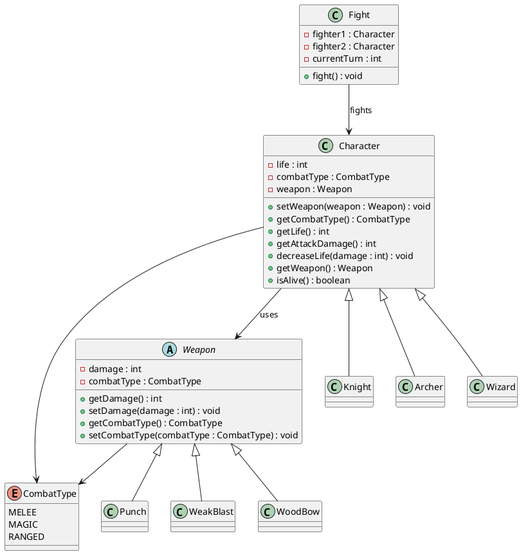
Earlier version of the PlantUML export 3-videogame-with-observer/uml.png (ignacioDias/oo-design-2024).
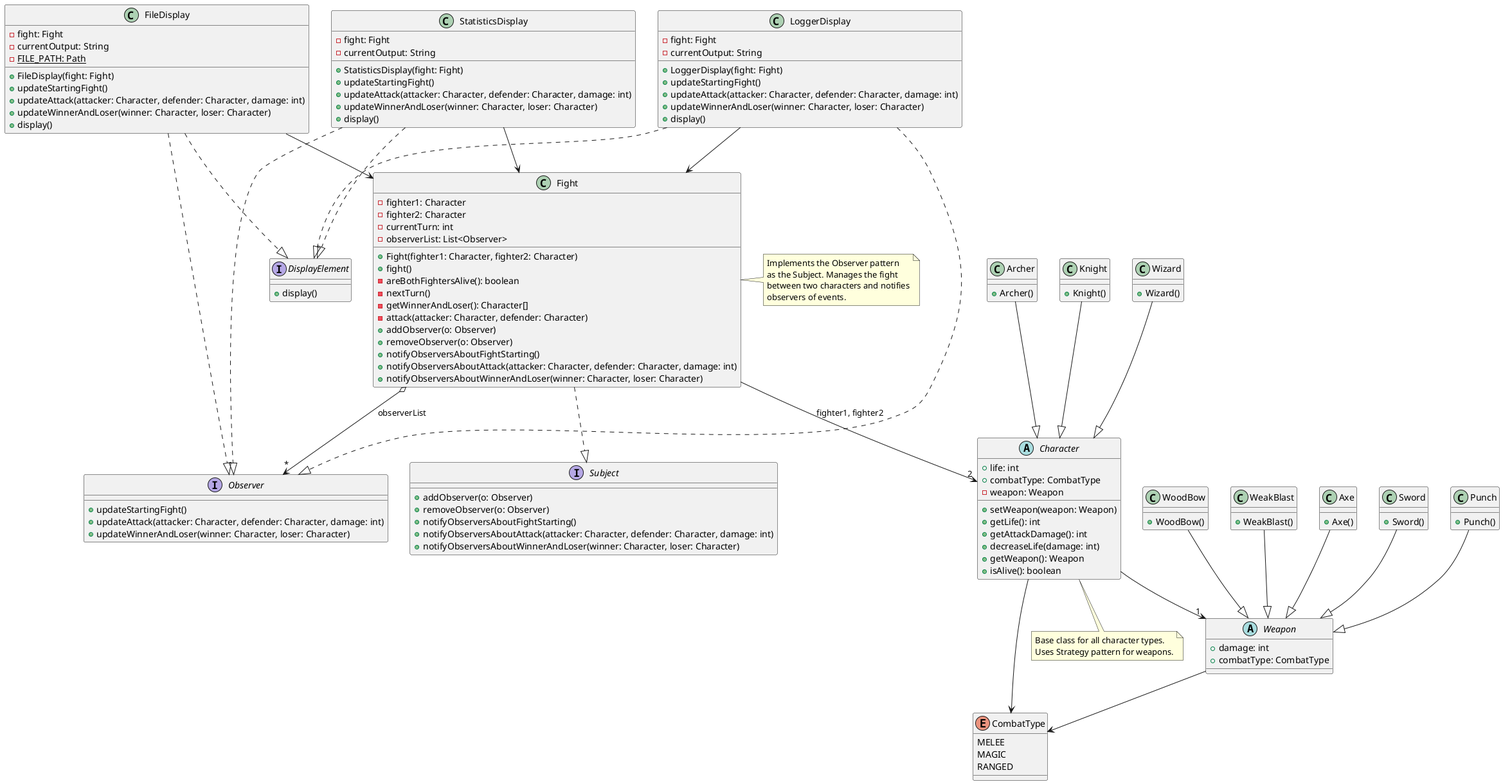
The same diagram one commit later.

What changed in the source:
```diff
@@ -1,59 +1,168 @@
-@startuml
+@startuml videogame
 
 enum CombatType {
-  MELEE
-  MAGIC
-  RANGED
+    MELEE
+    MAGIC
+    RANGED
+}
+
+interface Observer {
+    +updateStartingFight()
+    +updateAttack(attacker: Character, defender: Character, damage: int)
+    +updateWinnerAndLoser(winner: Character, loser: Character)
+}
+
+interface Subject {
+    +addObserver(o: Observer)
+    +removeObserver(o: Observer)
+    +notifyObserversAboutFightStarting()
+    +notifyObserversAboutAttack(attacker: Character, defender: Character, damage: int)
+    +notifyObserversAboutWinnerAndLoser(winner: Character, loser: Character)
+}
+
+interface DisplayElement {
+    +display()
+}
+
+class Fight {
+    -fighter1: Character
+    -fighter2: Character
+    -currentTurn: int
+    -observerList: List<Observer>
+    +Fight(fighter1: Character, fighter2: Character)
+    +fight()
+    -areBothFightersAlive(): boolean
+    -nextTurn()
+    -getWinnerAndLoser(): Character[]
+    -attack(attacker: Character, defender: Character)
+    +addObserver(o: Observer)
+    +removeObserver(o: Observer)
+    +notifyObserversAboutFightStarting()
+    +notifyObserversAboutAttack(attacker: Character, defender: Character, damage: int)
+    +notifyObserversAboutWinnerAndLoser(winner: Character, loser: Character)
+}
+
+abstract class Character {
+    +life: int
+    +combatType: CombatType
+    -weapon: Weapon
+    +setWeapon(weapon: Weapon)
+    +getLife(): int
+    +getAttackDamage(): int
+    +decreaseLife(damage: int)
+    +getWeapon(): Weapon
+    +isAlive(): boolean
+}
+
+class Archer {
+    +Archer()
+}
+
+class Knight {
+    +Knight()
+}
+
+class Wizard {
+    +Wizard()
 }
 
 abstract class Weapon {
-  - damage : int
-  - combatType : CombatType
-  + getDamage() : int
-  + setDamage(damage : int) : void
-  + getCombatType() : CombatType
-  + setCombatType(combatType : CombatType) : void
+    +damage: int
+    +combatType: CombatType
 }
 
-class Character {
-  - life : int
-  - combatType : CombatType
-  - weapon : Weapon
-  + setWeapon(weapon : Weapon) : void
-  + getCombatType() : CombatType
-  + getLife() : int
-  + getAttackDamage() : int
-  + decreaseLife(damage : int) : void
-  + getWeapon() : Weapon
-  + isAlive() : boolean
+class Axe {
+    +Axe()
 }
 
-class Knight
-class Archer
-class Wizard
-
-Character <|-- Knight
-Character <|-- Archer
-Character <|-- Wizard
-
-class Punch
-class WeakBlast
-class WoodBow
-
-Weapon <|-- Punch
-Weapon <|-- WeakBlast
-Weapon <|-- WoodBow
-
-class Fight {
-  - fighter1 : Character
-  - fighter2 : Character
-  - currentTurn : int
-  + fight() : void
+class Sword {
+    +Sword()
 }
 
-Character --> Weapon : uses
+class Punch {
+    +Punch()
+}
+
+class WoodBow {
+    +WoodBow()
+}
+
+class WeakBlast {
+    +WeakBlast()
+}
+
+class FileDisplay {
+    -fight: Fight
+    -currentOutput: String
+    -{static} FILE_PATH: Path
+    +FileDisplay(fight: Fight)
+    +updateStartingFight()
+    +updateAttack(attacker: Character, defender: Character, damage: int)
+    +updateWinnerAndLoser(winner: Character, loser: Character)
+    +display()
+}
+
+class LoggerDisplay {
+    -fight: Fight
+    -currentOutput: String
+    +LoggerDisplay(fight: Fight)
+    +updateStartingFight()
+    +updateAttack(attacker: Character, defender: Character, damage: int)
+    +updateWinnerAndLoser(winner: Character, loser: Character)
+    +display()
+}
+
+class StatisticsDisplay {
+    -fight: Fight
+    -currentOutput: String
+    +StatisticsDisplay(fight: Fight)
+    +updateStartingFight()
+    +updateAttack(attacker: Character, defender: Character, damage: int)
+    +updateWinnerAndLoser(winner: Character, loser: Character)
+    +display()
+}
+
+Fight ..|> Subject
+Fight --> "2" Character: fighter1, fighter2
+Fight o--> "*" Observer: observerList
+
+Character --> CombatType
+Character --> "1" Weapon
+
+Archer --|> Character
+Knight --|> Character
+Wizard --|> Character
+
 Weapon --> CombatType
-Character --> CombatType
-Fight --> Character : fights
+
+Axe --|> Weapon
+Sword --|> Weapon
+Punch --|> Weapon
+WoodBow --|> Weapon
+WeakBlast --|> Weapon
+
+FileDisplay ..|> Observer
+FileDisplay ..|> DisplayElement
+FileDisplay --> Fight
+
+LoggerDisplay ..|> Observer
+LoggerDisplay ..|> DisplayElement
+LoggerDisplay --> Fight
+
+StatisticsDisplay ..|> Observer
+StatisticsDisplay ..|> DisplayElement
+StatisticsDisplay --> Fight
+
+note right of Fight
+    Implements the Observer pattern
+    as the Subject. Manages the fight
+    between two characters and notifies
+    observers of events.
+end note
+
+note bottom of Character
+    Base class for all character types.
+    Uses Strategy pattern for weapons.
+end note
 
 @enduml
```
